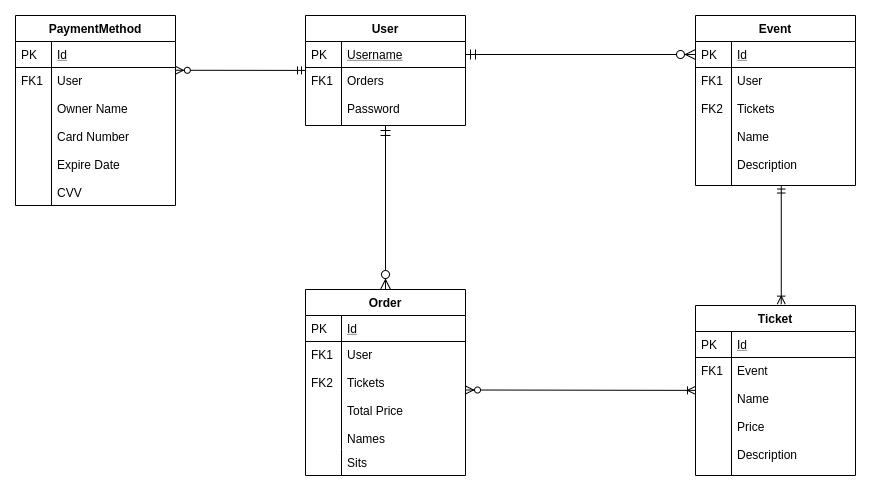
SrEstroncio38/PracticaDaD keeps this draw.io diagram as pictures/EntidadRelacion.png. Above is the earlier version. Source tidied: cells renumbered, new cells last; positions are measured from the earlier drawing's top-left corner, leaving out a move shared by most shapes. Its diagram source:
```xml
<mxGraphModel>
  <root>
    <mxCell id="0" />
    <mxCell id="1" parent="0" />
    <mxCell id="2" value="Event" style="swimlane;fontStyle=1;horizontal=1;startSize=26;rounded=0;shadow=0;strokeWidth=1;" parent="1" vertex="1">
      <mxGeometry x="680" width="160" height="170" as="geometry" />
    </mxCell>
    <mxCell id="3" value="Id" style="shape=partialRectangle;top=0;left=0;right=0;bottom=1;align=left;verticalAlign=top;fillColor=none;spacingLeft=40;spacingRight=4;overflow=hidden;points=[[0,0.5],[1,0.5]];portConstraint=eastwest;rounded=0;shadow=0;strokeWidth=1;fontStyle=4;" parent="2" vertex="1">
      <mxGeometry y="26" width="160" height="26" as="geometry" />
    </mxCell>
    <mxCell id="4" value="PK" style="shape=partialRectangle;top=0;left=0;bottom=0;fillColor=none;align=left;verticalAlign=top;spacingLeft=4;spacingRight=4;overflow=hidden;" parent="3" vertex="1">
      <mxGeometry width="36" height="26" as="geometry" />
    </mxCell>
    <mxCell id="5" value="User&#10;&#10;Tickets&#10;&#10;Name&#10;&#10;Description" style="shape=partialRectangle;top=0;left=0;right=0;bottom=0;align=left;verticalAlign=top;fillColor=none;spacingLeft=40;spacingRight=4;overflow=hidden;points=[[0,0.5],[1,0.5]];portConstraint=eastwest;rounded=0;shadow=0;strokeWidth=1;" parent="2" vertex="1">
      <mxGeometry y="52" width="160" height="118" as="geometry" />
    </mxCell>
    <mxCell id="6" value="FK1&#10;&#10;FK2" style="shape=partialRectangle;top=0;left=0;bottom=0;fillColor=none;align=left;verticalAlign=top;spacingLeft=4;spacingRight=4;overflow=hidden;" parent="5" vertex="1">
      <mxGeometry width="36" height="118" as="geometry" />
    </mxCell>
    <mxCell id="7" style="edgeStyle=none;rounded=0;jettySize=auto;html=1;startArrow=ERmandOne;startFill=0;endArrow=ERzeroToMany;endFill=1;entryX=0.999;entryY=0.02;entryDx=0;entryDy=0;entryPerimeter=0;" parent="1" edge="1" source="8" target="32">
      <mxGeometry relative="1" as="geometry" />
    </mxCell>
    <mxCell id="8" value="User" style="swimlane;fontStyle=1;horizontal=1;startSize=26;rounded=0;shadow=0;strokeWidth=1;" parent="1" vertex="1">
      <mxGeometry x="290" width="160" height="110" as="geometry" />
    </mxCell>
    <mxCell id="9" value="Username" style="shape=partialRectangle;top=0;left=0;right=0;bottom=1;align=left;verticalAlign=top;fillColor=none;spacingLeft=40;spacingRight=4;overflow=hidden;points=[[0,0.5],[1,0.5]];portConstraint=eastwest;rounded=0;shadow=0;strokeWidth=1;fontStyle=4;" parent="8" vertex="1">
      <mxGeometry y="26" width="160" height="26" as="geometry" />
    </mxCell>
    <mxCell id="10" value="PK" style="shape=partialRectangle;top=0;left=0;bottom=0;fillColor=none;align=left;verticalAlign=top;spacingLeft=4;spacingRight=4;overflow=hidden;" parent="9" vertex="1">
      <mxGeometry width="36" height="26" as="geometry" />
    </mxCell>
    <mxCell id="11" value="Orders&#10;&#10;Password" style="shape=partialRectangle;top=0;left=0;right=0;bottom=0;align=left;verticalAlign=top;fillColor=none;spacingLeft=40;spacingRight=4;overflow=hidden;rounded=0;shadow=0;strokeWidth=1;" parent="8" vertex="1">
      <mxGeometry y="52" width="160" height="58" as="geometry" />
    </mxCell>
    <mxCell id="12" value="FK1" style="shape=partialRectangle;top=0;left=0;bottom=0;fillColor=none;align=left;verticalAlign=top;spacingLeft=4;spacingRight=4;overflow=hidden;" parent="11" vertex="1">
      <mxGeometry width="36" height="58" as="geometry" />
    </mxCell>
    <mxCell id="13" style="edgeStyle=orthogonalEdgeStyle;endArrow=ERmandOne;startArrow=ERzeroToMany;shadow=0;strokeWidth=1;endSize=8;startSize=8;endFill=0;startFill=1;" parent="1" edge="1" source="3" target="9">
      <mxGeometry relative="1" as="geometry" />
    </mxCell>
    <mxCell id="14" value="Order" style="swimlane;fontStyle=1;horizontal=1;startSize=26;rounded=0;shadow=0;strokeWidth=1;" parent="1" vertex="1">
      <mxGeometry x="290" y="274" width="160" height="186" as="geometry" />
    </mxCell>
    <mxCell id="15" value="Id" style="shape=partialRectangle;top=0;left=0;right=0;bottom=1;align=left;verticalAlign=top;fillColor=none;spacingLeft=40;spacingRight=4;overflow=hidden;rounded=0;shadow=0;strokeWidth=1;fontStyle=4;" parent="14" vertex="1">
      <mxGeometry y="26" width="160" height="26" as="geometry" />
    </mxCell>
    <mxCell id="16" value="PK" style="shape=partialRectangle;top=0;left=0;bottom=0;fillColor=none;align=left;verticalAlign=top;spacingLeft=4;spacingRight=4;overflow=hidden;" parent="15" vertex="1">
      <mxGeometry width="36" height="26" as="geometry" />
    </mxCell>
    <mxCell id="17" value="User&#10;&#10;Tickets&#10;&#10;Total Price&#10;&#10;Names" style="shape=partialRectangle;top=0;left=0;right=0;bottom=0;align=left;verticalAlign=top;fillColor=none;spacingLeft=40;spacingRight=4;overflow=hidden;points=[[0,0.5],[1,0.5]];portConstraint=eastwest;rounded=0;shadow=0;strokeWidth=1;" parent="14" vertex="1">
      <mxGeometry y="52" width="160" height="108" as="geometry" />
    </mxCell>
    <mxCell id="18" value="FK1&#10;&#10;FK2" style="shape=partialRectangle;top=0;left=0;bottom=0;fillColor=none;align=left;verticalAlign=top;spacingLeft=4;spacingRight=4;overflow=hidden;" parent="17" vertex="1">
      <mxGeometry width="36" height="108" as="geometry" />
    </mxCell>
    <mxCell id="19" value="Sits" style="shape=partialRectangle;top=0;left=0;right=0;bottom=0;align=left;verticalAlign=top;fillColor=none;spacingLeft=40;spacingRight=4;overflow=hidden;rounded=0;shadow=0;strokeWidth=1;" parent="14" vertex="1">
      <mxGeometry y="160" width="160" height="26" as="geometry" />
    </mxCell>
    <mxCell id="20" style="shape=partialRectangle;top=0;left=0;bottom=0;fillColor=none;align=left;verticalAlign=top;spacingLeft=4;spacingRight=4;overflow=hidden;" parent="19" vertex="1">
      <mxGeometry width="36" height="26" as="geometry" />
    </mxCell>
    <mxCell id="21" style="edgeStyle=orthogonalEdgeStyle;endArrow=ERzeroToMany;startArrow=ERmandOne;shadow=0;strokeWidth=1;endSize=8;startSize=8;" parent="1" edge="1" source="8" target="14">
      <mxGeometry relative="1" as="geometry" />
    </mxCell>
    <mxCell id="22" style="rounded=0;jettySize=auto;html=1;startArrow=ERoneToMany;startFill=0;endArrow=ERmandOne;endFill=0;exitX=0.536;exitY=-0.008;exitDx=0;exitDy=0;exitPerimeter=0;entryX=0.536;entryY=0.996;entryDx=0;entryDy=0;entryPerimeter=0;" parent="1" edge="1" source="24" target="5">
      <mxGeometry relative="1" as="geometry" />
    </mxCell>
    <mxCell id="23" style="edgeStyle=none;rounded=0;jettySize=auto;html=1;startArrow=ERoneToMany;startFill=0;endArrow=ERzeroToMany;endFill=1;entryX=1;entryY=0.449;entryDx=0;entryDy=0;entryPerimeter=0;" parent="1" edge="1" source="24" target="17">
      <mxGeometry relative="1" as="geometry" />
    </mxCell>
    <mxCell id="24" value="Ticket" style="swimlane;fontStyle=1;horizontal=1;startSize=26;rounded=0;shadow=0;strokeWidth=1;" parent="1" vertex="1">
      <mxGeometry x="680" y="290" width="160" height="170" as="geometry" />
    </mxCell>
    <mxCell id="25" value="Id" style="shape=partialRectangle;top=0;left=0;right=0;bottom=1;align=left;verticalAlign=top;fillColor=none;spacingLeft=40;spacingRight=4;overflow=hidden;rounded=0;shadow=0;strokeWidth=1;fontStyle=4;" parent="24" vertex="1">
      <mxGeometry y="26" width="160" height="26" as="geometry" />
    </mxCell>
    <mxCell id="26" value="PK" style="shape=partialRectangle;top=0;left=0;bottom=0;fillColor=none;align=left;verticalAlign=top;spacingLeft=4;spacingRight=4;overflow=hidden;" parent="25" vertex="1">
      <mxGeometry width="36" height="26" as="geometry" />
    </mxCell>
    <mxCell id="27" value="Event&#10;&#10;Name&#10;&#10;Price&#10;&#10;Description" style="shape=partialRectangle;top=0;left=0;right=0;bottom=0;align=left;verticalAlign=top;fillColor=none;spacingLeft=40;spacingRight=4;overflow=hidden;rounded=0;shadow=0;strokeWidth=1;" parent="24" vertex="1">
      <mxGeometry y="52" width="160" height="118" as="geometry" />
    </mxCell>
    <mxCell id="28" value="FK1" style="shape=partialRectangle;top=0;left=0;bottom=0;fillColor=none;align=left;verticalAlign=top;spacingLeft=4;spacingRight=4;overflow=hidden;" parent="27" vertex="1">
      <mxGeometry width="36" height="118" as="geometry" />
    </mxCell>
    <mxCell id="29" value="PaymentMethod" style="swimlane;fontStyle=1;horizontal=1;startSize=26;rounded=0;shadow=0;strokeWidth=1;" parent="1" vertex="1">
      <mxGeometry width="160" height="190" as="geometry" />
    </mxCell>
    <mxCell id="30" value="Id" style="shape=partialRectangle;top=0;left=0;right=0;bottom=1;align=left;verticalAlign=top;fillColor=none;spacingLeft=40;spacingRight=4;overflow=hidden;rounded=0;shadow=0;strokeWidth=1;fontStyle=4;" parent="29" vertex="1">
      <mxGeometry y="26" width="160" height="26" as="geometry" />
    </mxCell>
    <mxCell id="31" value="PK" style="shape=partialRectangle;top=0;left=0;bottom=0;fillColor=none;align=left;verticalAlign=top;spacingLeft=4;spacingRight=4;overflow=hidden;" parent="30" vertex="1">
      <mxGeometry width="36" height="26" as="geometry" />
    </mxCell>
    <mxCell id="32" value="User&#10;&#10;Owner Name&#10;&#10;Card Number&#10;&#10;Expire Date&#10;&#10;CVV" style="shape=partialRectangle;top=0;left=0;right=0;bottom=0;align=left;verticalAlign=top;fillColor=none;spacingLeft=40;spacingRight=4;overflow=hidden;points=[[0,0.5],[1,0.5]];portConstraint=eastwest;rounded=0;shadow=0;strokeWidth=1;" parent="29" vertex="1">
      <mxGeometry y="52" width="160" height="138" as="geometry" />
    </mxCell>
    <mxCell id="33" value="FK1" style="shape=partialRectangle;top=0;left=0;bottom=0;fillColor=none;align=left;verticalAlign=top;spacingLeft=4;spacingRight=4;overflow=hidden;" parent="32" vertex="1">
      <mxGeometry width="36" height="138" as="geometry" />
    </mxCell>
  </root>
</mxGraphModel>
```
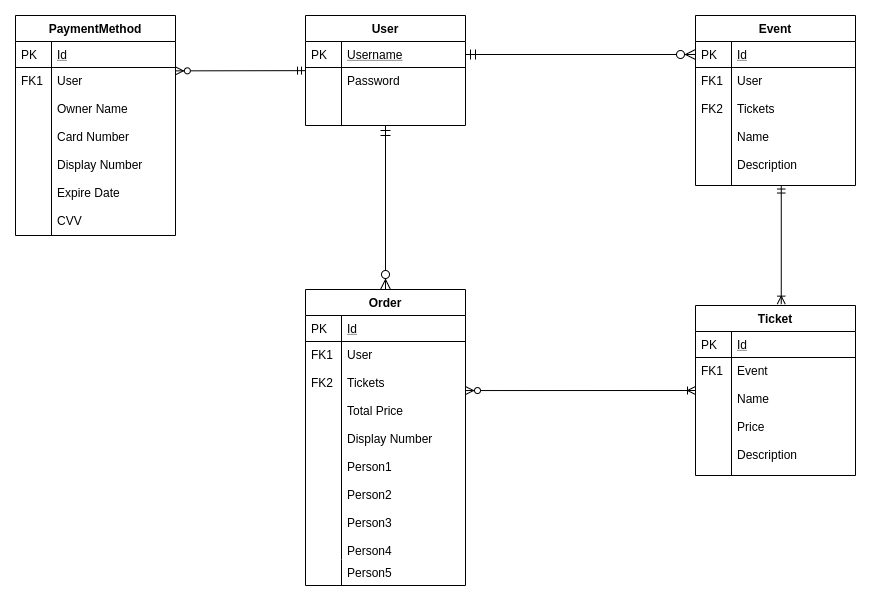
The same file after the commit.

Diff of the diagram source:
```diff
@@ -29,17 +29,17 @@
     <mxCell id="10" value="PK" style="shape=partialRectangle;top=0;left=0;bottom=0;fillColor=none;align=left;verticalAlign=top;spacingLeft=4;spacingRight=4;overflow=hidden;" parent="9" vertex="1">
       <mxGeometry width="36" height="26" as="geometry" />
     </mxCell>
-    <mxCell id="11" value="Orders&#10;&#10;Password" style="shape=partialRectangle;top=0;left=0;right=0;bottom=0;align=left;verticalAlign=top;fillColor=none;spacingLeft=40;spacingRight=4;overflow=hidden;rounded=0;shadow=0;strokeWidth=1;" parent="8" vertex="1">
+    <mxCell id="11" value="Password" style="shape=partialRectangle;top=0;left=0;right=0;bottom=0;align=left;verticalAlign=top;fillColor=none;spacingLeft=40;spacingRight=4;overflow=hidden;rounded=0;shadow=0;strokeWidth=1;" parent="8" vertex="1">
       <mxGeometry y="52" width="160" height="58" as="geometry" />
     </mxCell>
-    <mxCell id="12" value="FK1" style="shape=partialRectangle;top=0;left=0;bottom=0;fillColor=none;align=left;verticalAlign=top;spacingLeft=4;spacingRight=4;overflow=hidden;" parent="11" vertex="1">
+    <mxCell id="12" style="shape=partialRectangle;top=0;left=0;bottom=0;fillColor=none;align=left;verticalAlign=top;spacingLeft=4;spacingRight=4;overflow=hidden;" parent="11" vertex="1">
       <mxGeometry width="36" height="58" as="geometry" />
     </mxCell>
     <mxCell id="13" style="edgeStyle=orthogonalEdgeStyle;endArrow=ERmandOne;startArrow=ERzeroToMany;shadow=0;strokeWidth=1;endSize=8;startSize=8;endFill=0;startFill=1;" parent="1" edge="1" source="3" target="9">
       <mxGeometry relative="1" as="geometry" />
     </mxCell>
     <mxCell id="14" value="Order" style="swimlane;fontStyle=1;horizontal=1;startSize=26;rounded=0;shadow=0;strokeWidth=1;" parent="1" vertex="1">
-      <mxGeometry x="290" y="274" width="160" height="186" as="geometry" />
+      <mxGeometry x="290" y="274" width="160" height="296" as="geometry" />
     </mxCell>
     <mxCell id="15" value="Id" style="shape=partialRectangle;top=0;left=0;right=0;bottom=1;align=left;verticalAlign=top;fillColor=none;spacingLeft=40;spacingRight=4;overflow=hidden;rounded=0;shadow=0;strokeWidth=1;fontStyle=4;" parent="14" vertex="1">
       <mxGeometry y="26" width="160" height="26" as="geometry" />
@@ -47,14 +47,14 @@
     <mxCell id="16" value="PK" style="shape=partialRectangle;top=0;left=0;bottom=0;fillColor=none;align=left;verticalAlign=top;spacingLeft=4;spacingRight=4;overflow=hidden;" parent="15" vertex="1">
       <mxGeometry width="36" height="26" as="geometry" />
     </mxCell>
-    <mxCell id="17" value="User&#10;&#10;Tickets&#10;&#10;Total Price&#10;&#10;Names" style="shape=partialRectangle;top=0;left=0;right=0;bottom=0;align=left;verticalAlign=top;fillColor=none;spacingLeft=40;spacingRight=4;overflow=hidden;points=[[0,0.5],[1,0.5]];portConstraint=eastwest;rounded=0;shadow=0;strokeWidth=1;" parent="14" vertex="1">
-      <mxGeometry y="52" width="160" height="108" as="geometry" />
+    <mxCell id="17" value="User&#10;&#10;Tickets&#10;&#10;Total Price&#10;&#10;Display Number&#10;&#10;Person1&#10;&#10;Person2&#10;&#10;Person3&#10;&#10;Person4" style="shape=partialRectangle;top=0;left=0;right=0;bottom=0;align=left;verticalAlign=top;fillColor=none;spacingLeft=40;spacingRight=4;overflow=hidden;points=[[0,0.5],[1,0.5]];portConstraint=eastwest;rounded=0;shadow=0;strokeWidth=1;" parent="14" vertex="1">
+      <mxGeometry y="52" width="160" height="218" as="geometry" />
     </mxCell>
     <mxCell id="18" value="FK1&#10;&#10;FK2" style="shape=partialRectangle;top=0;left=0;bottom=0;fillColor=none;align=left;verticalAlign=top;spacingLeft=4;spacingRight=4;overflow=hidden;" parent="17" vertex="1">
-      <mxGeometry width="36" height="108" as="geometry" />
+      <mxGeometry width="36" height="218" as="geometry" />
     </mxCell>
-    <mxCell id="19" value="Sits" style="shape=partialRectangle;top=0;left=0;right=0;bottom=0;align=left;verticalAlign=top;fillColor=none;spacingLeft=40;spacingRight=4;overflow=hidden;rounded=0;shadow=0;strokeWidth=1;" parent="14" vertex="1">
-      <mxGeometry y="160" width="160" height="26" as="geometry" />
+    <mxCell id="19" value="Person5" style="shape=partialRectangle;top=0;left=0;right=0;bottom=0;align=left;verticalAlign=top;fillColor=none;spacingLeft=40;spacingRight=4;overflow=hidden;rounded=0;shadow=0;strokeWidth=1;" parent="14" vertex="1">
+      <mxGeometry y="270" width="160" height="26" as="geometry" />
     </mxCell>
     <mxCell id="20" style="shape=partialRectangle;top=0;left=0;bottom=0;fillColor=none;align=left;verticalAlign=top;spacingLeft=4;spacingRight=4;overflow=hidden;" parent="19" vertex="1">
       <mxGeometry width="36" height="26" as="geometry" />
@@ -65,7 +65,7 @@
     <mxCell id="22" style="rounded=0;jettySize=auto;html=1;startArrow=ERoneToMany;startFill=0;endArrow=ERmandOne;endFill=0;exitX=0.536;exitY=-0.008;exitDx=0;exitDy=0;exitPerimeter=0;entryX=0.536;entryY=0.996;entryDx=0;entryDy=0;entryPerimeter=0;" parent="1" edge="1" source="24" target="5">
       <mxGeometry relative="1" as="geometry" />
     </mxCell>
-    <mxCell id="23" style="edgeStyle=none;rounded=0;jettySize=auto;html=1;startArrow=ERoneToMany;startFill=0;endArrow=ERzeroToMany;endFill=1;entryX=1;entryY=0.449;entryDx=0;entryDy=0;entryPerimeter=0;" parent="1" edge="1" source="24" target="17">
+    <mxCell id="23" style="edgeStyle=none;rounded=0;jettySize=auto;html=1;startArrow=ERoneToMany;startFill=0;endArrow=ERzeroToMany;endFill=1;entryX=1;entryY=0.225;entryDx=0;entryDy=0;entryPerimeter=0;" parent="1" edge="1" source="24" target="17">
       <mxGeometry relative="1" as="geometry" />
     </mxCell>
     <mxCell id="24" value="Ticket" style="swimlane;fontStyle=1;horizontal=1;startSize=26;rounded=0;shadow=0;strokeWidth=1;" parent="1" vertex="1">
@@ -84,7 +84,7 @@
       <mxGeometry width="36" height="118" as="geometry" />
     </mxCell>
     <mxCell id="29" value="PaymentMethod" style="swimlane;fontStyle=1;horizontal=1;startSize=26;rounded=0;shadow=0;strokeWidth=1;" parent="1" vertex="1">
-      <mxGeometry width="160" height="190" as="geometry" />
+      <mxGeometry width="160" height="220" as="geometry" />
     </mxCell>
     <mxCell id="30" value="Id" style="shape=partialRectangle;top=0;left=0;right=0;bottom=1;align=left;verticalAlign=top;fillColor=none;spacingLeft=40;spacingRight=4;overflow=hidden;rounded=0;shadow=0;strokeWidth=1;fontStyle=4;" parent="29" vertex="1">
       <mxGeometry y="26" width="160" height="26" as="geometry" />
@@ -92,11 +92,11 @@
     <mxCell id="31" value="PK" style="shape=partialRectangle;top=0;left=0;bottom=0;fillColor=none;align=left;verticalAlign=top;spacingLeft=4;spacingRight=4;overflow=hidden;" parent="30" vertex="1">
       <mxGeometry width="36" height="26" as="geometry" />
     </mxCell>
-    <mxCell id="32" value="User&#10;&#10;Owner Name&#10;&#10;Card Number&#10;&#10;Expire Date&#10;&#10;CVV" style="shape=partialRectangle;top=0;left=0;right=0;bottom=0;align=left;verticalAlign=top;fillColor=none;spacingLeft=40;spacingRight=4;overflow=hidden;points=[[0,0.5],[1,0.5]];portConstraint=eastwest;rounded=0;shadow=0;strokeWidth=1;" parent="29" vertex="1">
-      <mxGeometry y="52" width="160" height="138" as="geometry" />
+    <mxCell id="32" value="User&#10;&#10;Owner Name&#10;&#10;Card Number&#10;&#10;Display Number&#10;&#10;Expire Date&#10;&#10;CVV" style="shape=partialRectangle;top=0;left=0;right=0;bottom=0;align=left;verticalAlign=top;fillColor=none;spacingLeft=40;spacingRight=4;overflow=hidden;points=[[0,0.5],[1,0.5]];portConstraint=eastwest;rounded=0;shadow=0;strokeWidth=1;" parent="29" vertex="1">
+      <mxGeometry y="52" width="160" height="168" as="geometry" />
     </mxCell>
     <mxCell id="33" value="FK1" style="shape=partialRectangle;top=0;left=0;bottom=0;fillColor=none;align=left;verticalAlign=top;spacingLeft=4;spacingRight=4;overflow=hidden;" parent="32" vertex="1">
-      <mxGeometry width="36" height="138" as="geometry" />
+      <mxGeometry width="36" height="168" as="geometry" />
     </mxCell>
   </root>
 </mxGraphModel>
```
